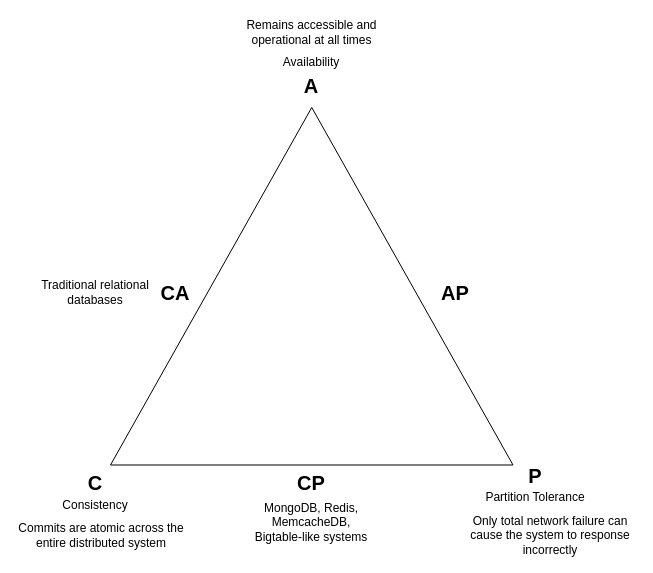
coderTechJordan/Networking keeps this draw.io diagram as CAP-principle.drawio. Above is the earlier version. Source tidied: cells renumbered, new cells numbered last; positions are measured from the earlier drawing's top-left corner, leaving out a move shared by most shapes. Both pictures are drawn from the tidied source at 100%, with x=0, y=0 at pixel (16, 17).
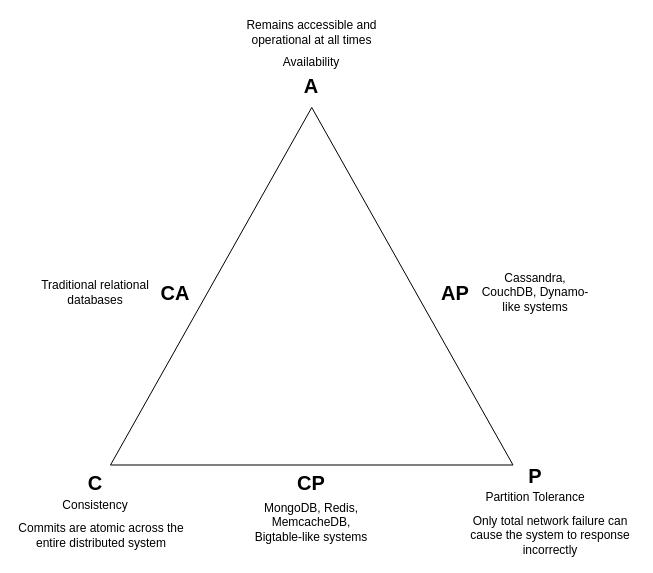
The same diagram, later.

The edit, as a diff of the source:
```diff
@@
 <mxGraphModel>
   <root>
     <mxCell id="0" />
     <mxCell id="1" parent="0" />
     <mxCell id="2" style="triangle;whiteSpace=wrap;html=1;rotation=-90;" parent="1" vertex="1">
       <mxGeometry x="116.5" y="67.5" width="357.5" height="402.5" as="geometry" />
     </mxCell>
     <mxCell id="3" value="&lt;font style=&quot;font-size: 20px;&quot;&gt;&lt;b&gt;A&lt;/b&gt;&lt;/font&gt;" style="text;html=1;strokeColor=none;fillColor=none;align=center;verticalAlign=middle;whiteSpace=wrap;rounded=0;" parent="1" vertex="1">
       <mxGeometry x="265.2" y="52.5" width="60" height="30" as="geometry" />
     </mxCell>
     <mxCell id="4" value="Remains accessible and operational at all times" style="text;html=1;strokeColor=none;fillColor=none;align=center;verticalAlign=middle;whiteSpace=wrap;rounded=0;" parent="1" vertex="1">
       <mxGeometry x="229" width="132.5" height="30" as="geometry" />
     </mxCell>
     <mxCell id="5" value="Availability" style="text;html=1;strokeColor=none;fillColor=none;align=center;verticalAlign=middle;whiteSpace=wrap;rounded=0;" parent="1" vertex="1">
       <mxGeometry x="265.2" y="30" width="60" height="30" as="geometry" />
     </mxCell>
     <mxCell id="6" value="&lt;b style=&quot;font-size: 20px;&quot;&gt;C&lt;/b&gt;" style="text;html=1;strokeColor=none;fillColor=none;align=center;verticalAlign=middle;whiteSpace=wrap;rounded=0;" parent="1" vertex="1">
       <mxGeometry x="49" y="450" width="60" height="30" as="geometry" />
     </mxCell>
     <mxCell id="7" value="&lt;b style=&quot;font-size: 20px;&quot;&gt;P&lt;/b&gt;" style="text;html=1;strokeColor=none;fillColor=none;align=center;verticalAlign=middle;whiteSpace=wrap;rounded=0;" parent="1" vertex="1">
       <mxGeometry x="489" y="442.5" width="60" height="30" as="geometry" />
     </mxCell>
     <mxCell id="8" value="&lt;b style=&quot;font-size: 20px;&quot;&gt;CA&lt;/b&gt;" style="text;html=1;strokeColor=none;fillColor=none;align=center;verticalAlign=middle;whiteSpace=wrap;rounded=0;" parent="1" vertex="1">
       <mxGeometry x="129" y="260" width="60" height="30" as="geometry" />
     </mxCell>
     <mxCell id="9" value="Consistency" style="text;html=1;strokeColor=none;fillColor=none;align=center;verticalAlign=middle;whiteSpace=wrap;rounded=0;" parent="1" vertex="1">
       <mxGeometry x="49" y="472.5" width="60" height="30" as="geometry" />
     </mxCell>
     <mxCell id="10" value="Commits are atomic across the entire distributed system" style="text;html=1;strokeColor=none;fillColor=none;align=center;verticalAlign=middle;whiteSpace=wrap;rounded=0;" parent="1" vertex="1">
       <mxGeometry x="0.2" y="502.5" width="170" height="30" as="geometry" />
     </mxCell>
     <mxCell id="11" value="Traditional relational databases" style="text;html=1;strokeColor=none;fillColor=none;align=center;verticalAlign=middle;whiteSpace=wrap;rounded=0;" parent="1" vertex="1">
       <mxGeometry x="19" y="260" width="120" height="30" as="geometry" />
     </mxCell>
     <mxCell id="12" value="&lt;b style=&quot;font-size: 20px;&quot;&gt;AP&lt;/b&gt;" style="text;html=1;strokeColor=none;fillColor=none;align=center;verticalAlign=middle;whiteSpace=wrap;rounded=0;" parent="1" vertex="1">
       <mxGeometry x="409" y="260" width="60" height="30" as="geometry" />
     </mxCell>
     <mxCell id="13" value="&lt;b style=&quot;font-size: 20px;&quot;&gt;CP&lt;/b&gt;" style="text;html=1;strokeColor=none;fillColor=none;align=center;verticalAlign=middle;whiteSpace=wrap;rounded=0;" parent="1" vertex="1">
       <mxGeometry x="265.2" y="450" width="60" height="30" as="geometry" />
     </mxCell>
     <mxCell id="14" value="MongoDB, Redis, MemcacheDB, Bigtable-like systems" style="text;html=1;strokeColor=none;fillColor=none;align=center;verticalAlign=middle;whiteSpace=wrap;rounded=0;" parent="1" vertex="1">
       <mxGeometry x="235.2" y="490" width="120" height="30" as="geometry" />
     </mxCell>
     <mxCell id="15" value="Partition Tolerance" style="text;html=1;strokeColor=none;fillColor=none;align=center;verticalAlign=middle;whiteSpace=wrap;rounded=0;" parent="1" vertex="1">
       <mxGeometry x="459" y="465" width="120" height="30" as="geometry" />
     </mxCell>
     <mxCell id="16" value="Only total network failure can cause the system to response incorrectly" style="text;html=1;strokeColor=none;fillColor=none;align=center;verticalAlign=middle;whiteSpace=wrap;rounded=0;" parent="1" vertex="1">
       <mxGeometry x="449" y="502.5" width="170" height="30" as="geometry" />
     </mxCell>
+    <mxCell id="17" value="Cassandra, CouchDB, Dynamo-like systems" style="text;html=1;strokeColor=none;fillColor=none;align=center;verticalAlign=middle;whiteSpace=wrap;rounded=0;" parent="1" vertex="1">
+      <mxGeometry x="464" y="260" width="110" height="30" as="geometry" />
+    </mxCell>
   </root>
 </mxGraphModel>
```
